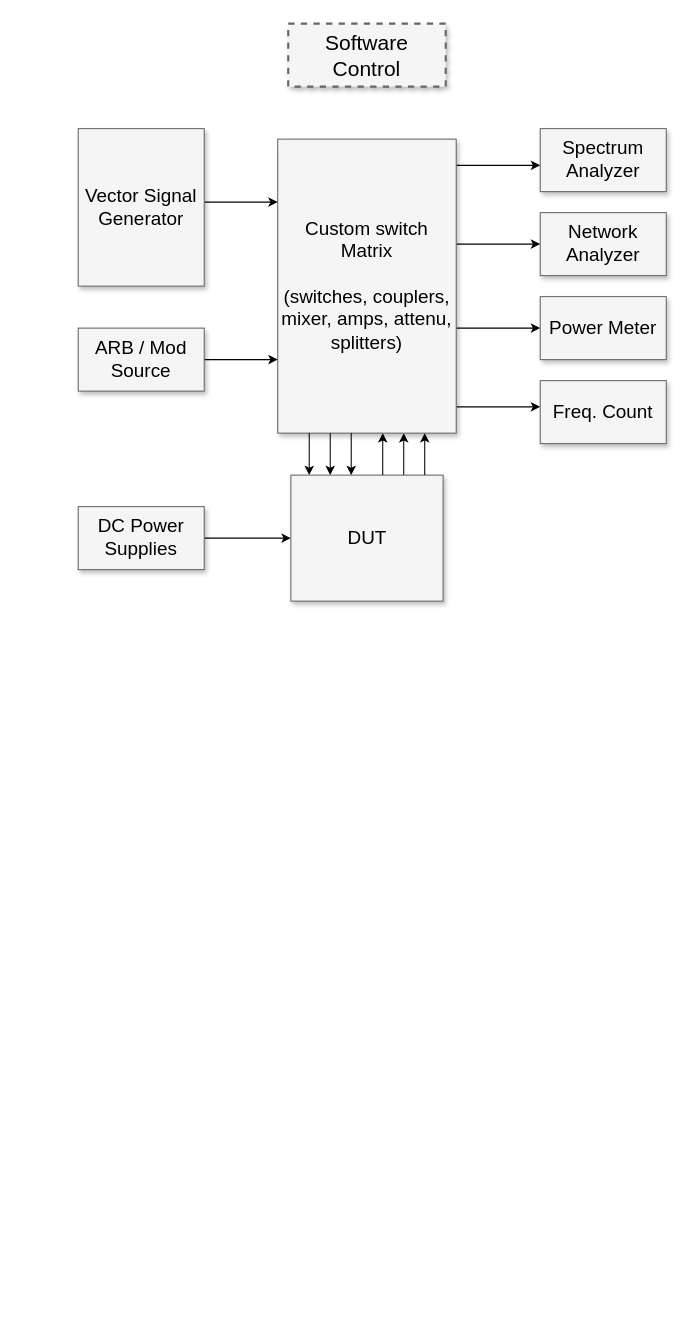
Before: sirius.drawio in smallbaby/draw_flow, a draw.io diagram. Source tidied: cells renumbered, new cells numbered last; positions are measured from the earlier drawing's top-left corner, leaving out a move shared by most shapes. Both pictures are drawn from the tidied source at 105%, with x=0, y=0 at pixel (78, 23).
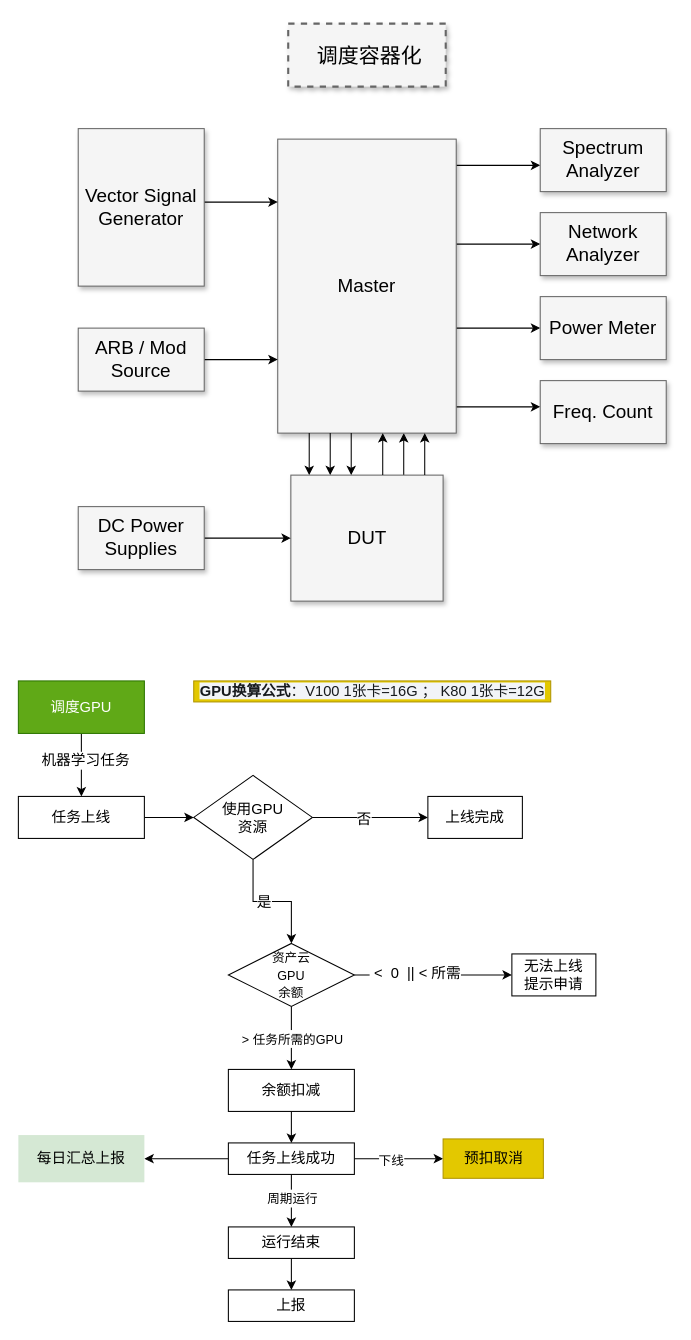
After the change.

The edit, as a diff of the source:
```diff
@@
-    <mxCell id="2" value="Software Control" style="whiteSpace=wrap;html=1;shadow=1;fontSize=20;fillColor=#f5f5f5;strokeColor=#666666;strokeWidth=2;dashed=1;" parent="1" vertex="1">
+    <mxCell id="2" value="&amp;nbsp;调度容器化" style="whiteSpace=wrap;html=1;shadow=1;fontSize=20;fillColor=#f5f5f5;strokeColor=#666666;strokeWidth=2;dashed=1;" parent="1" vertex="1">
       <mxGeometry x="200" width="150" height="60" as="geometry" />
     </mxCell>
@@
-    <mxCell id="8" value="Custom switch Matrix&lt;div&gt;&lt;br&gt;&lt;/div&gt;&lt;div&gt;(switches, couplers, mixer, amps, attenu, splitters)&lt;/div&gt;" style="whiteSpace=wrap;html=1;shadow=1;fontSize=18;fillColor=#f5f5f5;strokeColor=#666666;" parent="1" vertex="1">
+    <mxCell id="8" value="Master" style="whiteSpace=wrap;html=1;shadow=1;fontSize=18;fillColor=#f5f5f5;strokeColor=#666666;" parent="1" vertex="1">
       <mxGeometry x="190" y="110" width="170" height="280" as="geometry" />
     </mxCell>
@@
+    <mxCell id="25" style="edgeStyle=orthogonalEdgeStyle;rounded=0;jettySize=auto;html=1;fontSize=14;" parent="1" edge="1" source="27" target="29">
+      <mxGeometry relative="1" as="geometry" />
+    </mxCell>
+    <mxCell id="26" value="&amp;nbsp;机器学习任务" style="edgeLabel;html=1;align=center;verticalAlign=middle;fontSize=14;" parent="25" vertex="1">
+      <mxGeometry x="-0.17" y="1" relative="1" as="geometry" />
+    </mxCell>
+    <mxCell id="27" value="调度GPU" style="rounded=0;whiteSpace=wrap;html=1;fontSize=14;fillColor=#60a917;fontColor=#ffffff;strokeColor=#2D7600;" parent="1" vertex="1">
+      <mxGeometry x="-57" y="626" width="120" height="50" as="geometry" />
+    </mxCell>
+    <mxCell id="28" style="edgeStyle=orthogonalEdgeStyle;rounded=0;jettySize=auto;html=1;fontSize=14;" parent="1" edge="1" source="29" target="34">
+      <mxGeometry relative="1" as="geometry" />
+    </mxCell>
+    <mxCell id="29" value="任务上线" style="whiteSpace=wrap;html=1;rounded=0;fontSize=14;" parent="1" vertex="1">
+      <mxGeometry x="-57" y="736" width="120" height="40" as="geometry" />
+    </mxCell>
+    <mxCell id="30" style="edgeStyle=orthogonalEdgeStyle;rounded=0;jettySize=auto;html=1;fontSize=14;" parent="1" edge="1" source="34" target="35">
+      <mxGeometry relative="1" as="geometry" />
+    </mxCell>
+    <mxCell id="31" value="否" style="edgeLabel;html=1;align=center;verticalAlign=middle;fontSize=14;" parent="30" vertex="1">
+      <mxGeometry x="-0.13" y="-1" relative="1" as="geometry" />
+    </mxCell>
+    <mxCell id="32" style="edgeStyle=orthogonalEdgeStyle;rounded=0;jettySize=auto;html=1;fontSize=14;" parent="1" edge="1" source="34" target="40">
+      <mxGeometry relative="1" as="geometry" />
+    </mxCell>
+    <mxCell id="33" value="是" style="edgeLabel;html=1;align=center;verticalAlign=middle;fontSize=14;" parent="32" vertex="1">
+      <mxGeometry x="-0.15" relative="1" as="geometry" />
+    </mxCell>
+    <mxCell id="34" value="使用GPU&lt;br style=&quot;font-size: 14px;&quot;&gt;资源" style="rhombus;whiteSpace=wrap;html=1;rounded=0;fontSize=14;" parent="1" vertex="1">
+      <mxGeometry x="110" y="716" width="113" height="80" as="geometry" />
+    </mxCell>
+    <mxCell id="35" value="上线完成" style="whiteSpace=wrap;html=1;rounded=0;fontSize=14;" parent="1" vertex="1">
+      <mxGeometry x="333" y="736" width="90" height="40" as="geometry" />
+    </mxCell>
+    <mxCell id="36" style="edgeStyle=orthogonalEdgeStyle;rounded=0;jettySize=auto;html=1;fontSize=14;" parent="1" edge="1" source="40" target="41">
+      <mxGeometry relative="1" as="geometry" />
+    </mxCell>
+    <mxCell id="37" value="&amp;nbsp;&amp;lt;&amp;nbsp; 0&amp;nbsp; || &amp;lt; 所需" style="edgeLabel;html=1;align=center;verticalAlign=middle;fontSize=14;" parent="36" vertex="1">
+      <mxGeometry x="-0.24" y="3" relative="1" as="geometry" />
+    </mxCell>
+    <mxCell id="38" style="edgeStyle=orthogonalEdgeStyle;rounded=0;jettySize=auto;html=1;fontSize=14;" parent="1" edge="1" source="40" target="45">
+      <mxGeometry relative="1" as="geometry" />
+    </mxCell>
+    <mxCell id="39" value="&lt;font style=&quot;font-size: 12px&quot;&gt;&amp;gt; 任务所需的GPU&lt;/font&gt;" style="edgeLabel;html=1;align=center;verticalAlign=middle;fontSize=14;" parent="38" vertex="1">
+      <mxGeometry x="-0.4" y="-1" relative="1" as="geometry">
+        <mxPoint x="1" y="12" as="offset" />
+      </mxGeometry>
+    </mxCell>
+    <mxCell id="40" value="&lt;font style=&quot;font-size: 12px&quot;&gt;资产云&lt;br&gt;GPU&lt;br&gt;余额&lt;/font&gt;" style="rhombus;whiteSpace=wrap;html=1;rounded=0;fontSize=14;" parent="1" vertex="1">
+      <mxGeometry x="143" y="876" width="120" height="60" as="geometry" />
+    </mxCell>
+    <mxCell id="41" value="无法上线&lt;br&gt;提示申请" style="whiteSpace=wrap;html=1;rounded=0;fontSize=14;" parent="1" vertex="1">
+      <mxGeometry x="413" y="886" width="80" height="40" as="geometry" />
+    </mxCell>
+    <mxCell id="42" style="edgeStyle=orthogonalEdgeStyle;rounded=0;jettySize=auto;html=1;exitX=0.5;exitY=1;exitDx=0;exitDy=0;fontSize=14;" parent="1" edge="1" source="53" target="48">
+      <mxGeometry relative="1" as="geometry" />
+    </mxCell>
+    <mxCell id="43" value="&lt;font style=&quot;font-size: 12px&quot;&gt;周期运行&lt;/font&gt;" style="edgeLabel;html=1;align=center;verticalAlign=middle;fontSize=14;" parent="42" vertex="1">
+      <mxGeometry x="-0.14" relative="1" as="geometry" />
+    </mxCell>
+    <mxCell id="44" style="edgeStyle=orthogonalEdgeStyle;rounded=0;jettySize=auto;html=1;fontSize=14;" parent="1" edge="1" source="45" target="53">
+      <mxGeometry relative="1" as="geometry" />
+    </mxCell>
+    <mxCell id="45" value="余额扣减" style="whiteSpace=wrap;html=1;rounded=0;fontSize=14;" parent="1" vertex="1">
+      <mxGeometry x="143" y="996" width="120" height="40" as="geometry" />
+    </mxCell>
+    <mxCell id="46" value="&lt;span style=&quot;color: rgb(23 , 26 , 29) ; font-family: , , &amp;#34;pingfang sc&amp;#34; , &amp;#34;hiragino sans gb&amp;#34; , &amp;#34;segoe ui&amp;#34; , , &amp;#34;roboto&amp;#34; , &amp;#34;droid sans&amp;#34; , &amp;#34;helvetica neue&amp;#34; , sans-serif ; font-size: 14px ; text-align: left ; background-color: rgb(242 , 244 , 248)&quot;&gt;&lt;b&gt;GPU换算公式&lt;/b&gt;：V100 1张卡=16G ； K80 1张卡=12G&lt;/span&gt;" style="text;html=1;align=center;verticalAlign=middle;strokeColor=#B09500;fillColor=#e3c800;fontColor=#000000;" parent="1" vertex="1">
+      <mxGeometry x="110" y="626" width="340" height="20" as="geometry" />
+    </mxCell>
+    <mxCell id="47" style="edgeStyle=orthogonalEdgeStyle;rounded=0;jettySize=auto;html=1;fontSize=14;" parent="1" edge="1" source="48" target="49">
+      <mxGeometry relative="1" as="geometry" />
+    </mxCell>
+    <mxCell id="48" value="运行结束" style="whiteSpace=wrap;html=1;rounded=0;fontSize=14;" parent="1" vertex="1">
+      <mxGeometry x="143" y="1146" width="120" height="30" as="geometry" />
+    </mxCell>
+    <mxCell id="49" value="上报" style="whiteSpace=wrap;html=1;rounded=0;fontSize=14;" parent="1" vertex="1">
+      <mxGeometry x="143" y="1206" width="120" height="30" as="geometry" />
+    </mxCell>
+    <mxCell id="50" style="edgeStyle=orthogonalEdgeStyle;rounded=0;jettySize=auto;html=1;fontSize=14;" parent="1" edge="1" source="53" target="54">
+      <mxGeometry relative="1" as="geometry" />
+    </mxCell>
+    <mxCell id="51" value="&lt;font style=&quot;font-size: 12px&quot;&gt;下线&lt;/font&gt;" style="edgeLabel;html=1;align=center;verticalAlign=middle;fontSize=14;" parent="50" vertex="1">
+      <mxGeometry x="-0.2" y="-1" relative="1" as="geometry" />
+    </mxCell>
+    <mxCell id="52" style="edgeStyle=orthogonalEdgeStyle;rounded=0;jettySize=auto;html=1;fontSize=12;" parent="1" edge="1" source="53" target="55">
+      <mxGeometry relative="1" as="geometry" />
+    </mxCell>
+    <mxCell id="53" value="任务上线成功" style="whiteSpace=wrap;html=1;rounded=0;fontSize=14;" parent="1" vertex="1">
+      <mxGeometry x="143" y="1066" width="120" height="30" as="geometry" />
+    </mxCell>
+    <mxCell id="54" value="预扣取消" style="whiteSpace=wrap;html=1;rounded=0;fontSize=14;fillColor=#e3c800;fontColor=#000000;strokeColor=#B09500;" parent="1" vertex="1">
+      <mxGeometry x="347.5" y="1062.2" width="95.5" height="37.5" as="geometry" />
+    </mxCell>
+    <mxCell id="55" value="每日汇总上报" style="whiteSpace=wrap;html=1;rounded=0;fontSize=14;fillColor=#d5e8d4;strokeColor=none;" parent="1" vertex="1">
+      <mxGeometry x="-57" y="1058.5" width="120" height="45" as="geometry" />
+    </mxCell>
```
